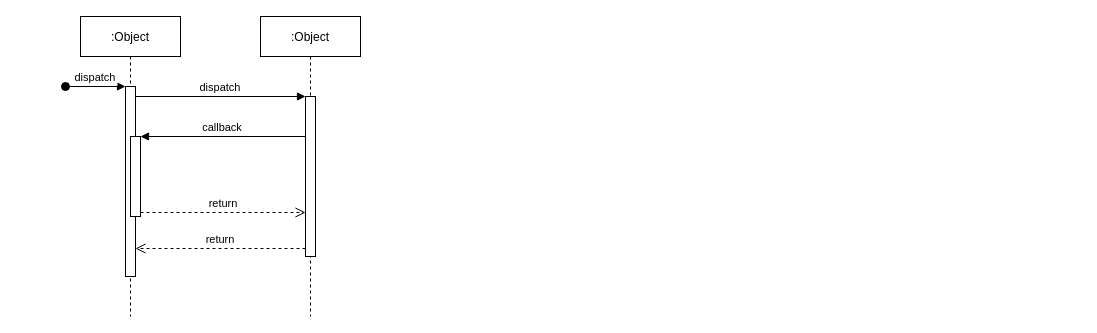
The draw.io diagram AS1EX2-5.drawio in SirOH/Test, before the edit. Source tidied: cells renumbered, new cells numbered last; positions are measured from the earlier drawing's top-left corner, leaving out a move shared by most shapes. Both pictures are drawn from the tidied source at 100%, with x=0, y=0 at pixel (65, 16).
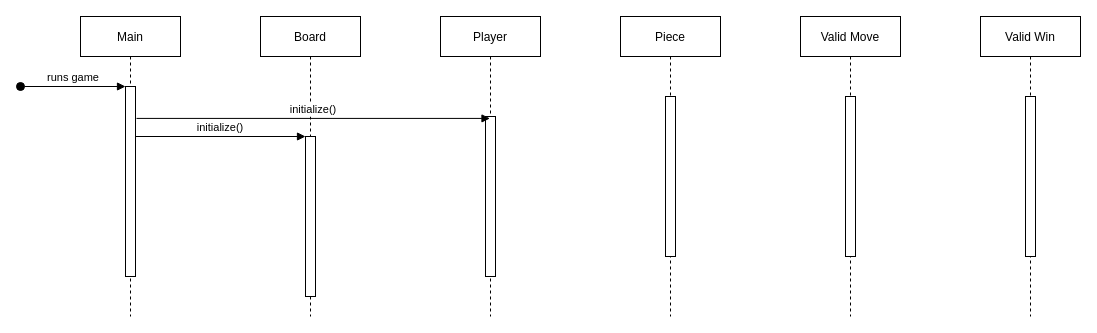
Above is the later version.

What changed in the source:
```diff
@@
 <mxGraphModel>
   <root>
     <mxCell id="0" />
     <mxCell id="1" parent="0" />
-    <mxCell id="2" value=":Object" style="shape=umlLifeline;perimeter=lifelinePerimeter;rounded=0;shadow=0;strokeWidth=1;" parent="1" vertex="1">
+    <mxCell id="2" value="Main" style="shape=umlLifeline;perimeter=lifelinePerimeter;rounded=0;shadow=0;strokeWidth=1;" parent="1" vertex="1">
       <mxGeometry x="15" width="100" height="300" as="geometry" />
     </mxCell>
     <mxCell id="3" style="points=[];perimeter=orthogonalPerimeter;rounded=0;shadow=0;strokeWidth=1;" parent="2" vertex="1">
       <mxGeometry x="45" y="70" width="10" height="190" as="geometry" />
     </mxCell>
-    <mxCell id="4" value="dispatch" style="verticalAlign=bottom;startArrow=oval;endArrow=block;startSize=8;shadow=0;strokeWidth=1;" parent="2" edge="1" target="3">
+    <mxCell id="4" value="runs game" style="verticalAlign=bottom;startArrow=oval;endArrow=block;startSize=8;shadow=0;strokeWidth=1;" parent="2" edge="1" target="3">
       <mxGeometry relative="1" as="geometry">
-        <mxPoint x="-15" y="70" as="sourcePoint" />
+        <mxPoint x="-60" y="70" as="sourcePoint" />
       </mxGeometry>
     </mxCell>
-    <mxCell id="5" style="points=[];perimeter=orthogonalPerimeter;rounded=0;shadow=0;strokeWidth=1;" parent="2" vertex="1">
-      <mxGeometry x="50" y="120" width="10" height="80" as="geometry" />
-    </mxCell>
-    <mxCell id="6" value=":Object" style="shape=umlLifeline;perimeter=lifelinePerimeter;rounded=0;shadow=0;strokeWidth=1;" parent="1" vertex="1">
+    <mxCell id="6" value="Board" style="shape=umlLifeline;perimeter=lifelinePerimeter;rounded=0;shadow=0;strokeWidth=1;" parent="1" vertex="1">
       <mxGeometry x="195" width="100" height="300" as="geometry" />
     </mxCell>
     <mxCell id="7" style="points=[];perimeter=orthogonalPerimeter;rounded=0;shadow=0;strokeWidth=1;" parent="6" vertex="1">
-      <mxGeometry x="45" y="80" width="10" height="160" as="geometry" />
+      <mxGeometry x="45" y="120" width="10" height="160" as="geometry" />
     </mxCell>
-    <mxCell id="8" value="return" style="verticalAlign=bottom;endArrow=open;dashed=1;endSize=8;exitX=0;exitY=0.95;shadow=0;strokeWidth=1;" parent="1" edge="1" source="7" target="3">
-      <mxGeometry relative="1" as="geometry" />
-    </mxCell>
-    <mxCell id="9" value="dispatch" style="verticalAlign=bottom;endArrow=block;entryX=0;entryY=0;shadow=0;strokeWidth=1;" parent="1" edge="1" source="3" target="7">
+    <mxCell id="9" value="initialize()" style="verticalAlign=bottom;endArrow=block;entryX=0;entryY=0;shadow=0;strokeWidth=1;" parent="1" edge="1" source="3" target="7">
       <mxGeometry relative="1" as="geometry" />
     </mxCell>
-    <mxCell id="10" value="callback" style="verticalAlign=bottom;endArrow=block;entryX=1;entryY=0;shadow=0;strokeWidth=1;" parent="1" edge="1" source="7" target="5">
-      <mxGeometry relative="1" as="geometry" />
-    </mxCell>
-    <mxCell id="11" value="return" style="verticalAlign=bottom;endArrow=open;dashed=1;endSize=8;exitX=1;exitY=0.95;shadow=0;strokeWidth=1;" parent="1" edge="1" source="5" target="7">
-      <mxGeometry relative="1" as="geometry" />
-    </mxCell>
+    <mxCell id="12" value="Player" style="shape=umlLifeline;perimeter=lifelinePerimeter;rounded=0;shadow=0;strokeWidth=1;" parent="1" vertex="1">
+      <mxGeometry x="375" width="100" height="300" as="geometry" />
+    </mxCell>
+    <mxCell id="13" style="perimeter=orthogonalPerimeter;rounded=0;shadow=0;strokeWidth=1;" parent="12" vertex="1">
+      <mxGeometry x="45" y="100" width="10" height="160" as="geometry" />
+    </mxCell>
+    <mxCell id="14" value="Valid Move" style="shape=umlLifeline;perimeter=lifelinePerimeter;rounded=0;shadow=0;strokeWidth=1;" parent="1" vertex="1">
+      <mxGeometry x="735" width="100" height="300" as="geometry" />
+    </mxCell>
+    <mxCell id="15" style="perimeter=orthogonalPerimeter;rounded=0;shadow=0;strokeWidth=1;" parent="14" vertex="1">
+      <mxGeometry x="45" y="80" width="10" height="160" as="geometry" />
+    </mxCell>
+    <mxCell id="16" value="Piece" style="shape=umlLifeline;perimeter=lifelinePerimeter;rounded=0;shadow=0;strokeWidth=1;" parent="1" vertex="1">
+      <mxGeometry x="555" width="100" height="300" as="geometry" />
+    </mxCell>
+    <mxCell id="17" style="perimeter=orthogonalPerimeter;rounded=0;shadow=0;strokeWidth=1;" parent="16" vertex="1">
+      <mxGeometry x="45" y="80" width="10" height="160" as="geometry" />
+    </mxCell>
+    <mxCell id="18" value="Valid Win" style="shape=umlLifeline;perimeter=lifelinePerimeter;rounded=0;shadow=0;strokeWidth=1;" parent="1" vertex="1">
+      <mxGeometry x="915" width="100" height="300" as="geometry" />
+    </mxCell>
+    <mxCell id="19" style="perimeter=orthogonalPerimeter;rounded=0;shadow=0;strokeWidth=1;" parent="18" vertex="1">
+      <mxGeometry x="45" y="80" width="10" height="160" as="geometry" />
+    </mxCell>
+    <mxCell id="20" value="initialize()" style="verticalAlign=bottom;endArrow=block;shadow=0;strokeWidth=1;exitX=1.1;exitY=0.168;exitDx=0;exitDy=0;exitPerimeter=0;" parent="1" edge="1" source="3" target="12">
+      <mxGeometry relative="1" as="geometry" />
+    </mxCell>
   </root>
 </mxGraphModel>
```
